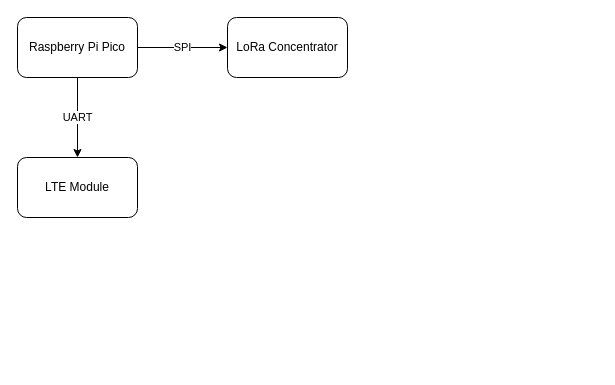
The draw.io diagram docs/drawio/HW_Overview.drawio in MariusSchmid/hekate-gateway, before the edit. Source tidied: cells renumbered, new cells numbered last; positions are measured from the earlier drawing's top-left corner, leaving out a move shared by most shapes. Both pictures are drawn from the tidied source at 100%, with x=0, y=0 at pixel (17, 17).
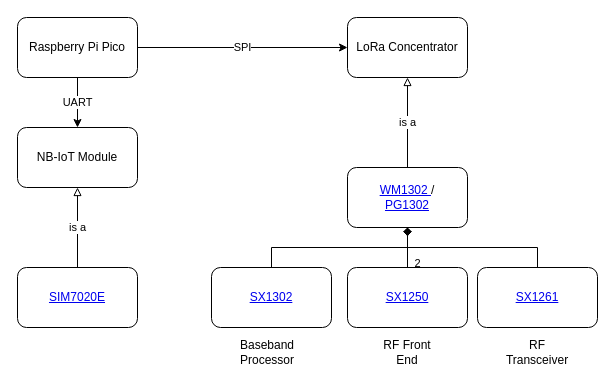
Above is the later version.

Diff of the diagram source:
```diff
@@
     <mxCell id="5" value="LoRa Concentrator" style="rounded=1;whiteSpace=wrap;html=1;" parent="1" vertex="1">
-      <mxGeometry x="210" width="120" height="60" as="geometry" />
+      <mxGeometry x="330" width="120" height="60" as="geometry" />
     </mxCell>
-    <mxCell id="6" value="LTE Module" style="rounded=1;whiteSpace=wrap;html=1;" parent="1" vertex="1">
-      <mxGeometry y="140" width="120" height="60" as="geometry" />
+    <mxCell id="6" value="NB-IoT Module" style="rounded=1;whiteSpace=wrap;html=1;" parent="1" vertex="1">
+      <mxGeometry y="110" width="120" height="60" as="geometry" />
     </mxCell>
+    <mxCell id="7" value="is a" style="edgeStyle=orthogonalEdgeStyle;rounded=0;jettySize=auto;html=1;endArrow=block;endFill=0;" parent="1" edge="1" source="8" target="5">
+      <mxGeometry relative="1" as="geometry" />
+    </mxCell>
+    <mxCell id="8" value="&lt;a href=&quot;https://wiki.seeedstudio.com/WM1302_module/&quot;&gt;WM1302 &lt;/a&gt;/&lt;div&gt;&lt;a href=&quot;http://wiki.dragino.com/xwiki/bin/view/Main/User%20Manual%20for%20All%20Gateway%20models/PG1302/&quot;&gt;PG1302&lt;/a&gt;&lt;/div&gt;" style="rounded=1;whiteSpace=wrap;html=1;" parent="1" vertex="1">
+      <mxGeometry x="330" y="150" width="120" height="60" as="geometry" />
+    </mxCell>
+    <mxCell id="9" style="edgeStyle=orthogonalEdgeStyle;rounded=0;jettySize=auto;html=1;endArrow=diamond;endFill=1;" parent="1" edge="1" source="10" target="8">
+      <mxGeometry relative="1" as="geometry">
+        <Array as="points">
+          <mxPoint x="254" y="230" />
+          <mxPoint x="390" y="230" />
+        </Array>
+      </mxGeometry>
+    </mxCell>
+    <mxCell id="10" value="&lt;a href=&quot;https://www.semtech.com/products/wireless-rf/lora-core/sx1302&quot;&gt;SX1302&lt;/a&gt;" style="rounded=1;whiteSpace=wrap;html=1;" parent="1" vertex="1">
+      <mxGeometry x="194" y="250" width="120" height="60" as="geometry" />
+    </mxCell>
+    <mxCell id="11" value="2" style="edgeStyle=orthogonalEdgeStyle;rounded=0;jettySize=auto;html=1;endArrow=diamond;endFill=1;" parent="1" edge="1" source="12" target="8">
+      <mxGeometry x="-0.82" y="-10" relative="1" as="geometry" />
+    </mxCell>
+    <mxCell id="12" value="&lt;a href=&quot;https://www.semtech.com/products/wireless-rf/lora-core/sx1250&quot;&gt;SX1250&lt;/a&gt;" style="rounded=1;whiteSpace=wrap;html=1;" parent="1" vertex="1">
+      <mxGeometry x="330" y="250" width="120" height="60" as="geometry" />
+    </mxCell>
+    <mxCell id="13" style="edgeStyle=orthogonalEdgeStyle;rounded=0;jettySize=auto;html=1;endArrow=diamond;endFill=1;" parent="1" edge="1" source="14" target="8">
+      <mxGeometry relative="1" as="geometry">
+        <Array as="points">
+          <mxPoint x="520" y="230" />
+          <mxPoint x="390" y="230" />
+        </Array>
+      </mxGeometry>
+    </mxCell>
+    <mxCell id="14" value="&lt;a href=&quot;https://www.semtech.com/products/wireless-rf/lora-connect/sx1261&quot;&gt;SX1261&lt;/a&gt;" style="rounded=1;whiteSpace=wrap;html=1;" parent="1" vertex="1">
+      <mxGeometry x="460" y="250" width="120" height="60" as="geometry" />
+    </mxCell>
+    <mxCell id="15" value="RF Front End" style="text;html=1;align=center;verticalAlign=middle;whiteSpace=wrap;rounded=0;" parent="1" vertex="1">
+      <mxGeometry x="360" y="320" width="60" height="30" as="geometry" />
+    </mxCell>
+    <mxCell id="16" value="Baseband Processor" style="text;html=1;align=center;verticalAlign=middle;whiteSpace=wrap;rounded=0;" parent="1" vertex="1">
+      <mxGeometry x="220" y="320" width="60" height="30" as="geometry" />
+    </mxCell>
+    <mxCell id="17" value="is a" style="edgeStyle=orthogonalEdgeStyle;rounded=0;jettySize=auto;html=1;endArrow=block;endFill=0;" parent="1" edge="1" source="18" target="6">
+      <mxGeometry relative="1" as="geometry" />
+    </mxCell>
+    <mxCell id="18" value="&lt;a href=&quot;https://www.tme.eu/Document/543c60bc0ffeb01ccdb161f636fac67f/SIM7020E.pdf&quot;&gt;SIM7020E&lt;/a&gt;" style="rounded=1;whiteSpace=wrap;html=1;" parent="1" vertex="1">
+      <mxGeometry y="250" width="120" height="60" as="geometry" />
+    </mxCell>
+    <mxCell id="19" value="RF Transceiver" style="text;html=1;align=center;verticalAlign=middle;whiteSpace=wrap;rounded=0;" parent="1" vertex="1">
+      <mxGeometry x="490" y="320" width="60" height="30" as="geometry" />
+    </mxCell>
```
